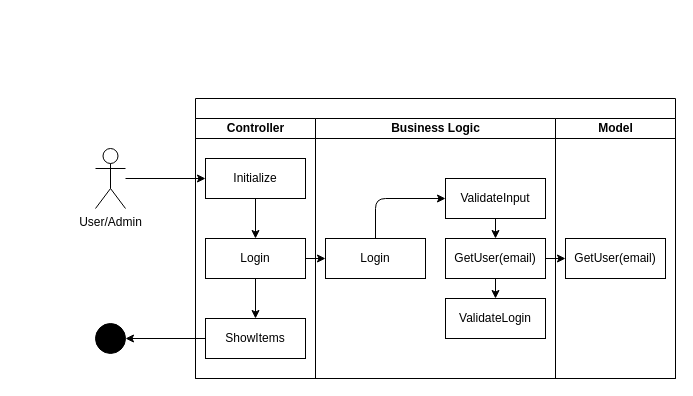
This is diagrams/ASD/Login.drawio from JochemGrootherder/educom-webshop-runtime-records, a draw.io file, before an edit. Source tidied: cells renumbered, new cells numbered last; positions are measured from the earlier drawing's top-left corner, leaving out a move shared by most shapes. Both pictures are drawn from the tidied source at 100%, with x=0, y=0 at pixel (95, 98).
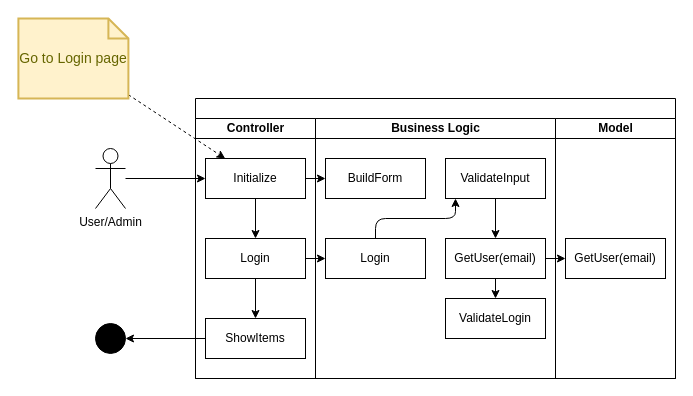
Above is the later version.

The change refers to these unchanged cells:
```xml
<mxCell id="2" style="swimlane;startSize=20;html=1;" parent="1" vertex="1">
  <mxGeometry x="100" width="480" height="280" as="geometry" />
</mxCell>
<mxCell id="5" value="Initialize" style="rounded=0;whiteSpace=wrap;html=1;" parent="3" vertex="1">
  <mxGeometry x="10" y="40" width="100" height="40" as="geometry" />
</mxCell>
<mxCell id="9" value="Business Logic" style="swimlane;startSize=20;html=1;" parent="2" vertex="1">
  <mxGeometry x="120" y="20" width="240" height="260" as="geometry" />
</mxCell>
<mxCell id="11" value="Login" style="rounded=0;whiteSpace=wrap;html=1;" parent="9" vertex="1">
  <mxGeometry x="10" y="120" width="100" height="40" as="geometry" />
</mxCell>
```

Diff of the diagram source:
```diff
@@
-    <mxCell id="10" style="edgeStyle=orthogonalEdgeStyle;html=1;entryX=0;entryY=0.5;entryDx=0;entryDy=0;" parent="9" edge="1" source="11" target="16">
+    <mxCell id="10" style="edgeStyle=orthogonalEdgeStyle;html=1;" parent="9" edge="1" source="11" target="16">
       <mxGeometry relative="1" as="geometry">
         <Array as="points">
-          <mxPoint x="60" y="80" />
+          <mxPoint x="60" y="100" />
+          <mxPoint x="140" y="100" />
         </Array>
       </mxGeometry>
     </mxCell>
@@
     <mxCell id="16" value="ValidateInput" style="rounded=0;whiteSpace=wrap;html=1;" parent="9" vertex="1">
-      <mxGeometry x="130" y="60" width="100" height="40" as="geometry" />
+      <mxGeometry x="130" y="40" width="100" height="40" as="geometry" />
     </mxCell>
+    <mxCell id="25" value="BuildForm" style="rounded=0;whiteSpace=wrap;html=1;" parent="9" vertex="1">
+      <mxGeometry x="10" y="40" width="100" height="40" as="geometry" />
+    </mxCell>
@@
+    <mxCell id="26" style="edgeStyle=none;html=1;" parent="2" edge="1" source="5" target="25">
+      <mxGeometry relative="1" as="geometry" />
+    </mxCell>
@@
+    <mxCell id="27" style="edgeStyle=none;html=1;dashed=1;" parent="1" edge="1" source="28" target="5">
+      <mxGeometry relative="1" as="geometry" />
+    </mxCell>
+    <mxCell id="28" value="Go to Login page" style="shape=note;strokeWidth=2;fontSize=14;size=20;whiteSpace=wrap;html=1;fillColor=#fff2cc;strokeColor=#d6b656;fontColor=#666600;" parent="1" vertex="1">
+      <mxGeometry x="-77.1" y="-80" width="110" height="80" as="geometry" />
+    </mxCell>
```
